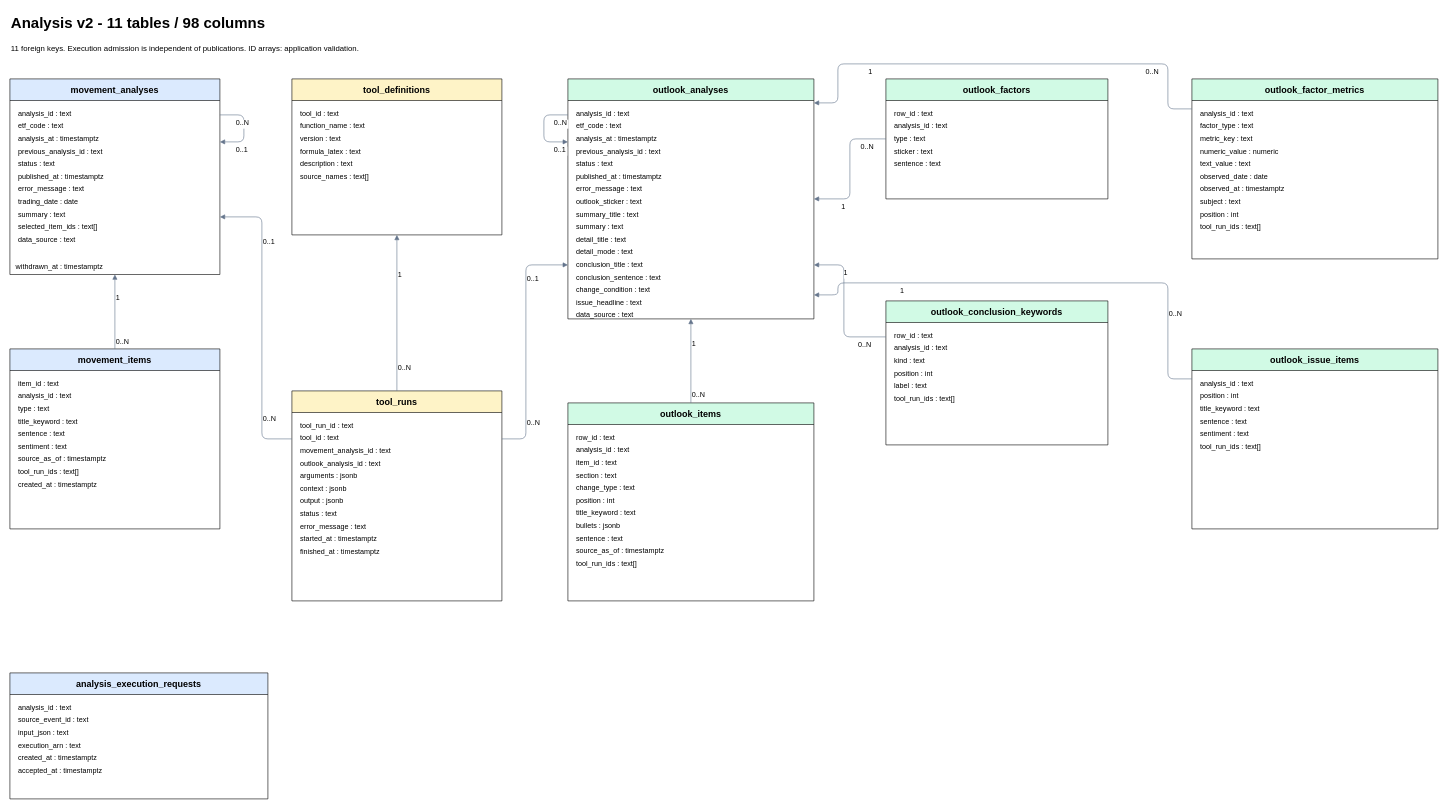
The draw.io diagram docs/data-model/domains/analysis-v2/erd.drawio in alphaeveryday/edge, before the edit. Source tidied: cells renumbered, new cells numbered last; positions are measured from the earlier drawing's top-left corner, leaving out a move shared by most shapes. Both pictures are drawn from the tidied source at 60%, with x=0, y=0 at pixel (10, 10).
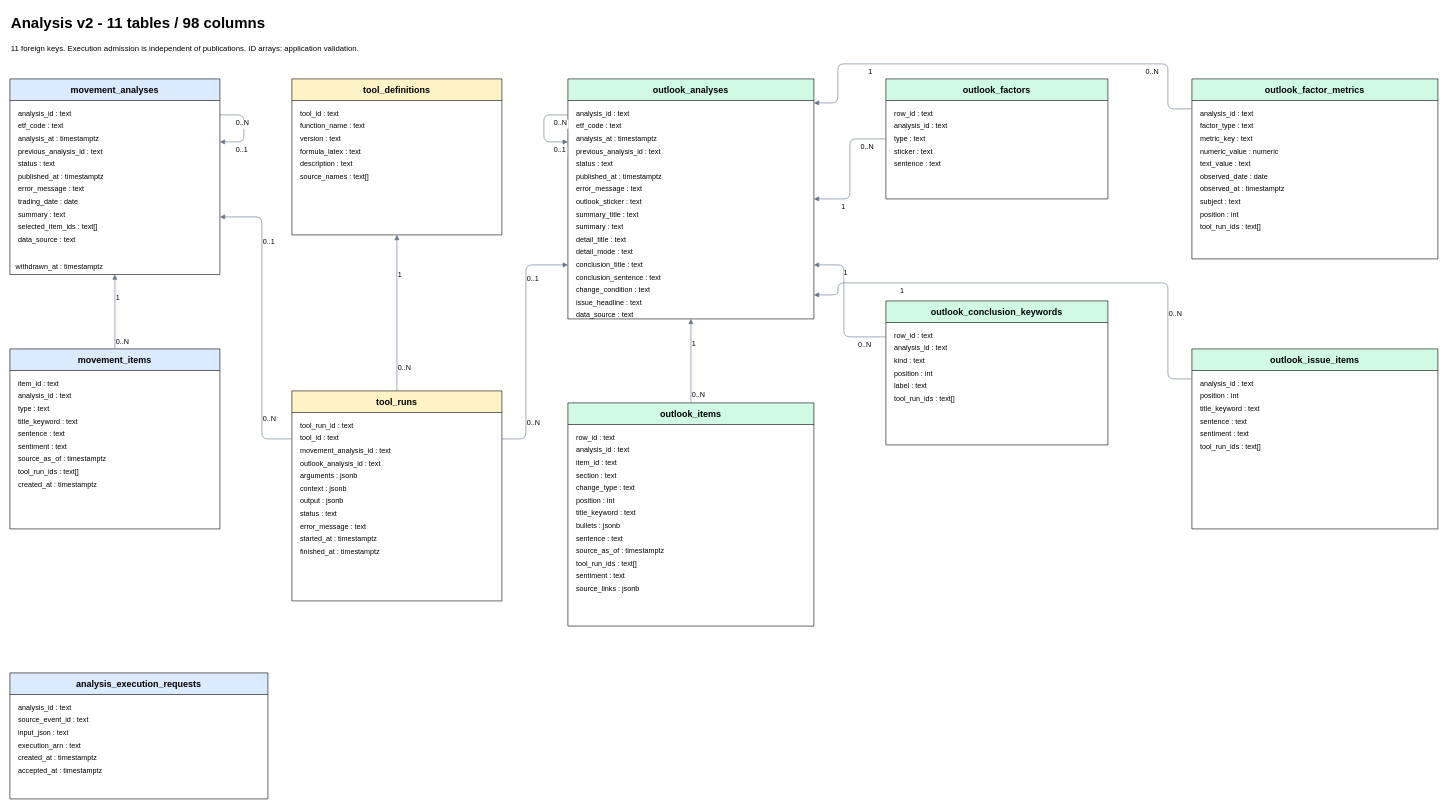
The same page after the edit.

Change to the diagram source:
```diff
@@
     <mxCell id="42" value="outlook_items" style="swimlane;html=0;startSize=36;fillColor=#d1fae5;fontSize=15;" parent="1" vertex="1">
-      <mxGeometry x="930" y="655" width="410" height="330" as="geometry" />
+      <mxGeometry x="930" y="655" width="410" height="372" as="geometry" />
     </mxCell>
@@
+    <mxCell id="147" value="sentiment : text" style="text;html=0;align=left;fontSize=12;" parent="42" vertex="1">
+      <mxGeometry x="12" y="275" width="390" height="21" as="geometry" />
+    </mxCell>
+    <mxCell id="148" value="source_links : jsonb" style="text;html=0;align=left;fontSize=12;" parent="42" vertex="1">
+      <mxGeometry x="12" y="296" width="390" height="21" as="geometry" />
+    </mxCell>
```
